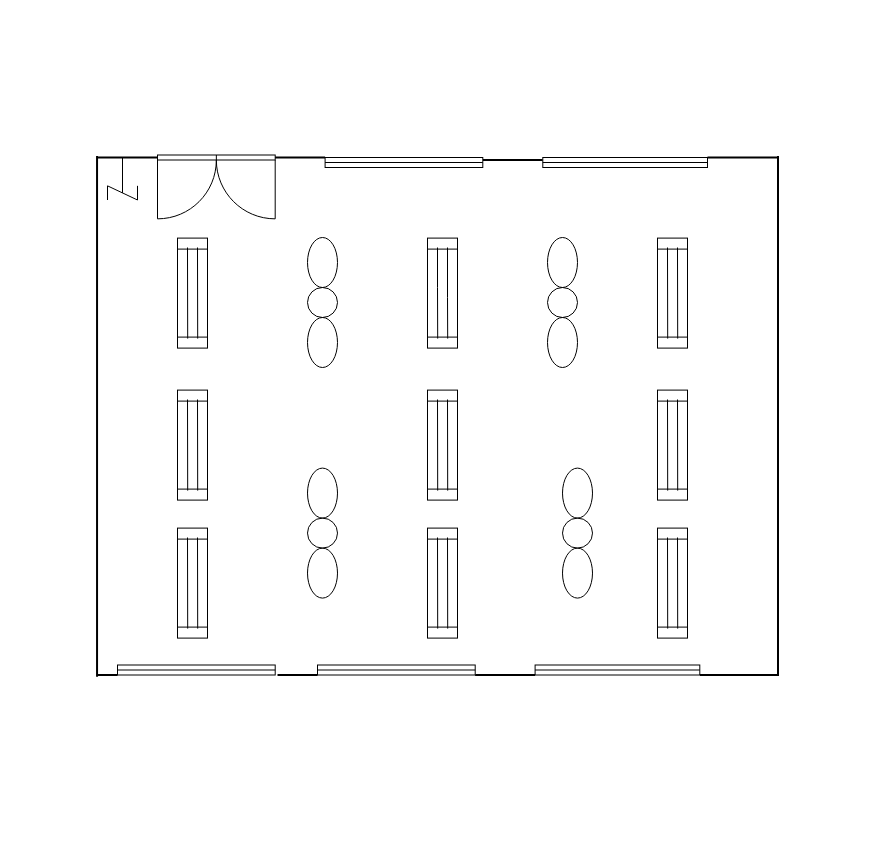
Above: page "Trang-1" (1 of 2) of Biểu đồ không có tiêu đề.drawio in minhminh2712/gi-i-thi-u-th-nh-vi-n (draw.io), before the change. Source tidied: cells renumbered, new cells numbered last; positions are measured from the earlier drawing's top-left corner, leaving out a move shared by most shapes. Both pictures are drawn from the tidied source at 100%, with x=0, y=0 at pixel (-164, 147).
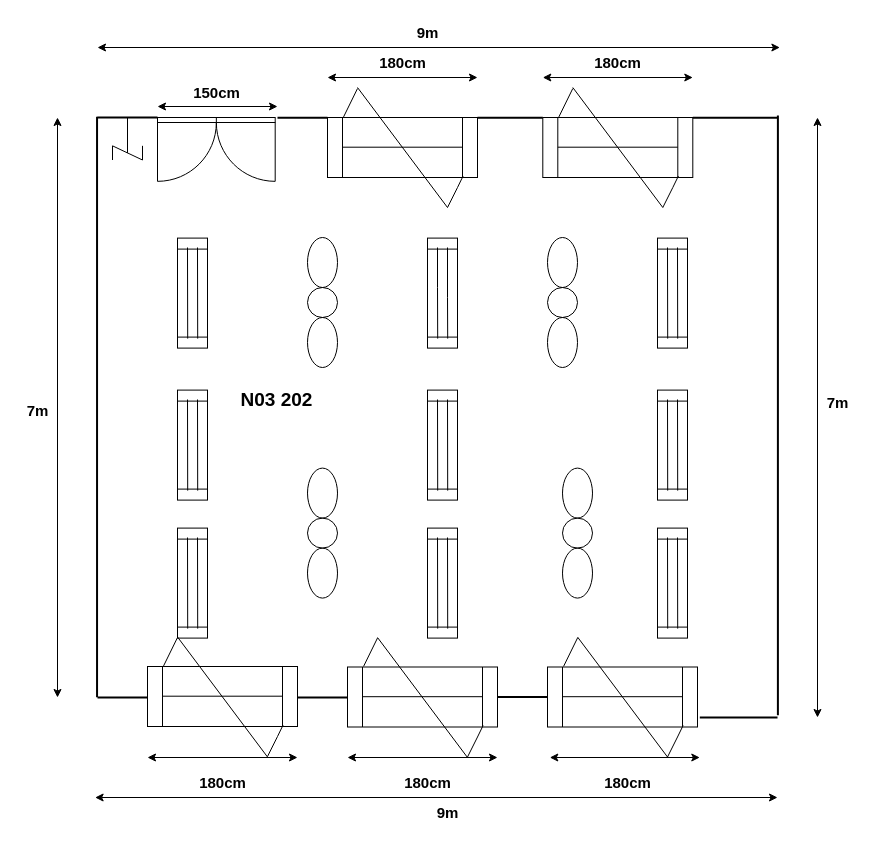
The same diagram, later.

Commit message:
khảo sát tốt nghiệp

The edit, as a diff of the source:
```diff
@@
     <mxCell id="3" style="verticalLabelPosition=bottom;html=1;verticalAlign=top;align=center;shape=mxgraph.floorplan.doorDouble;" parent="1" vertex="1">
-      <mxGeometry x="321" y="7.5" width="117.7" height="62.5" as="geometry" />
+      <mxGeometry x="321" y="-30" width="117.7" height="62.5" as="geometry" />
     </mxCell>
     <mxCell id="4" style="line;strokeWidth=2;html=1;" parent="1" vertex="1">
-      <mxGeometry x="438.6" width="50" height="20" as="geometry" />
+      <mxGeometry x="441" y="-39.8" width="50" height="20" as="geometry" />
     </mxCell>
     <mxCell id="5" style="line;strokeWidth=2;html=1;" parent="1" vertex="1">
-      <mxGeometry x="646.3" y="2.5" width="60" height="20" as="geometry" />
+      <mxGeometry x="641" y="-39.8" width="65.3" height="20" as="geometry" />
     </mxCell>
-    <mxCell id="6" style="verticalLabelPosition=bottom;html=1;verticalAlign=top;align=center;shape=mxgraph.floorplan.window;" parent="1" vertex="1">
-      <mxGeometry x="706.3" y="10" width="164.7" height="10" as="geometry" />
-    </mxCell>
     <mxCell id="7" style="line;strokeWidth=2;html=1;" parent="1" vertex="1">
-      <mxGeometry x="871" width="70" height="20" as="geometry" />
+      <mxGeometry x="856.3" y="-39.8" width="84.7" height="20" as="geometry" />
     </mxCell>
     <mxCell id="8" style="line;strokeWidth=2;html=1;rotation=90;" parent="1" vertex="1">
-      <mxGeometry x="681.5" y="258.4" width="520" height="20" as="geometry" />
+      <mxGeometry x="641.5" y="257.9" width="599.8" height="20" as="geometry" />
     </mxCell>
@@
     <mxCell id="13" style="line;strokeWidth=2;html=1;" parent="1" vertex="1">
-      <mxGeometry x="261" width="60" height="20" as="geometry" />
+      <mxGeometry x="261" y="-40" width="60" height="20" as="geometry" />
     </mxCell>
-    <mxCell id="14" style="verticalLabelPosition=bottom;html=1;verticalAlign=top;align=center;shape=mxgraph.floorplan.window;" parent="1" vertex="1">
-      <mxGeometry x="488.6" y="10" width="157.7" height="10" as="geometry" />
-    </mxCell>
     <mxCell id="15" style="line;strokeWidth=2;html=1;rotation=90;" parent="1" vertex="1">
-      <mxGeometry x="0.1" y="258.9" width="520.9" height="20" as="geometry" />
+      <mxGeometry x="-29.7" y="249.6" width="580.5" height="20" as="geometry" />
     </mxCell>
@@
-    <mxCell id="50" style="line;strokeWidth=2;html=1;" parent="1" vertex="1">
-      <mxGeometry x="638.6" y="517.5" width="60" height="20" as="geometry" />
-    </mxCell>
-    <mxCell id="51" style="verticalLabelPosition=bottom;html=1;verticalAlign=top;align=center;shape=mxgraph.floorplan.window;" parent="1" vertex="1">
-      <mxGeometry x="698.6" y="517.5" width="164.7" height="10" as="geometry" />
-    </mxCell>
-    <mxCell id="52" style="verticalLabelPosition=bottom;html=1;verticalAlign=top;align=center;shape=mxgraph.floorplan.window;" parent="1" vertex="1">
-      <mxGeometry x="481" y="517.5" width="157.7" height="10" as="geometry" />
-    </mxCell>
     <mxCell id="53" style="line;strokeWidth=2;html=1;" parent="1" vertex="1">
-      <mxGeometry x="863.4" y="517.5" width="77.7" height="20" as="geometry" />
+      <mxGeometry x="863.3" y="560" width="77.7" height="20" as="geometry" />
     </mxCell>
-    <mxCell id="54" style="verticalLabelPosition=bottom;html=1;verticalAlign=top;align=center;shape=mxgraph.floorplan.window;" parent="1" vertex="1">
-      <mxGeometry x="281" y="517.5" width="157.7" height="10" as="geometry" />
-    </mxCell>
-    <mxCell id="55" style="line;strokeWidth=2;html=1;" parent="1" vertex="1">
-      <mxGeometry x="441" y="517.5" width="40" height="20" as="geometry" />
-    </mxCell>
-    <mxCell id="56" style="line;strokeWidth=2;html=1;" parent="1" vertex="1">
-      <mxGeometry x="261" y="517.5" width="20" height="20" as="geometry" />
-    </mxCell>
     <mxCell id="57" style="shape=mxgraph.pid.agitators.agitator,_stirrer;html=1;align=center;verticalLabelPosition=bottom;verticalAlign=top;dashed=0;rotation=0;" parent="1" vertex="1">
-      <mxGeometry x="271" y="10" width="30" height="42.5" as="geometry" />
+      <mxGeometry x="276" y="-30" width="30" height="42.5" as="geometry" />
     </mxCell>
+    <mxCell id="58" style="shape=process;whiteSpace=wrap;html=1;backgroundOutline=1;fillColor=none;" parent="1" vertex="1">
+      <mxGeometry x="491" y="-30" width="150" height="60" as="geometry" />
+    </mxCell>
+    <mxCell id="59" style="endArrow=none;html=1;rounded=0;" parent="1" edge="1">
+      <mxGeometry relative="1" as="geometry">
+        <mxPoint x="626" y="-0.3" as="sourcePoint" />
+        <mxPoint x="506" y="-0.3" as="targetPoint" />
+      </mxGeometry>
+    </mxCell>
+    <mxCell id="60" style="endArrow=none;html=1;rounded=0;entryX=0.904;entryY=0.975;entryDx=0;entryDy=0;entryPerimeter=0;" parent="1" edge="1" target="58">
+      <mxGeometry relative="1" as="geometry">
+        <mxPoint x="611" y="60" as="sourcePoint" />
+        <Array as="points">
+          <mxPoint x="621" y="40" />
+        </Array>
+      </mxGeometry>
+    </mxCell>
+    <mxCell id="61" style="endArrow=none;html=1;rounded=0;exitX=0.107;exitY=-0.009;exitDx=0;exitDy=0;exitPerimeter=0;" parent="1" edge="1" source="58">
+      <mxGeometry relative="1" as="geometry">
+        <mxPoint x="521" y="-59" as="targetPoint" />
+        <Array as="points">
+          <mxPoint x="521" y="-59" />
+        </Array>
+      </mxGeometry>
+    </mxCell>
+    <mxCell id="62" style="endArrow=none;html=1;rounded=0;" parent="1" edge="1">
+      <mxGeometry relative="1" as="geometry">
+        <mxPoint x="521" y="-60" as="sourcePoint" />
+        <mxPoint x="611" y="60" as="targetPoint" />
+      </mxGeometry>
+    </mxCell>
+    <mxCell id="63" style="shape=process;whiteSpace=wrap;html=1;backgroundOutline=1;fillColor=none;" parent="1" vertex="1">
+      <mxGeometry x="706.3" y="-30" width="150" height="60" as="geometry" />
+    </mxCell>
+    <mxCell id="64" style="endArrow=none;html=1;rounded=0;" parent="1" edge="1">
+      <mxGeometry relative="1" as="geometry">
+        <mxPoint x="841.3" y="-0.3" as="sourcePoint" />
+        <mxPoint x="721.3" y="-0.3" as="targetPoint" />
+      </mxGeometry>
+    </mxCell>
+    <mxCell id="65" style="endArrow=none;html=1;rounded=0;entryX=0.904;entryY=0.975;entryDx=0;entryDy=0;entryPerimeter=0;" parent="1" edge="1" target="63">
+      <mxGeometry relative="1" as="geometry">
+        <mxPoint x="826.3" y="60" as="sourcePoint" />
+        <Array as="points">
+          <mxPoint x="836.3" y="40" />
+        </Array>
+      </mxGeometry>
+    </mxCell>
+    <mxCell id="66" style="endArrow=none;html=1;rounded=0;exitX=0.107;exitY=-0.009;exitDx=0;exitDy=0;exitPerimeter=0;" parent="1" edge="1" source="63">
+      <mxGeometry relative="1" as="geometry">
+        <mxPoint x="736.3" y="-59" as="targetPoint" />
+        <Array as="points">
+          <mxPoint x="736.3" y="-59" />
+        </Array>
+      </mxGeometry>
+    </mxCell>
+    <mxCell id="67" style="endArrow=none;html=1;rounded=0;" parent="1" edge="1">
+      <mxGeometry relative="1" as="geometry">
+        <mxPoint x="736.3" y="-60" as="sourcePoint" />
+        <mxPoint x="826.3" y="60" as="targetPoint" />
+      </mxGeometry>
+    </mxCell>
+    <mxCell id="68" style="shape=process;whiteSpace=wrap;html=1;backgroundOutline=1;fillColor=none;" parent="1" vertex="1">
+      <mxGeometry x="711" y="519.5" width="150" height="60" as="geometry" />
+    </mxCell>
+    <mxCell id="69" style="endArrow=none;html=1;rounded=0;" parent="1" edge="1">
+      <mxGeometry relative="1" as="geometry">
+        <mxPoint x="846" y="549.2" as="sourcePoint" />
+        <mxPoint x="726" y="549.2" as="targetPoint" />
+      </mxGeometry>
+    </mxCell>
+    <mxCell id="70" style="endArrow=none;html=1;rounded=0;entryX=0.904;entryY=0.975;entryDx=0;entryDy=0;entryPerimeter=0;" parent="1" edge="1" target="68">
+      <mxGeometry relative="1" as="geometry">
+        <mxPoint x="831" y="609.5" as="sourcePoint" />
+        <Array as="points">
+          <mxPoint x="841" y="589.5" />
+        </Array>
+      </mxGeometry>
+    </mxCell>
+    <mxCell id="71" style="endArrow=none;html=1;rounded=0;exitX=0.107;exitY=-0.009;exitDx=0;exitDy=0;exitPerimeter=0;" parent="1" edge="1" source="68">
+      <mxGeometry relative="1" as="geometry">
+        <mxPoint x="741" y="490.5" as="targetPoint" />
+        <Array as="points">
+          <mxPoint x="741" y="490.5" />
+        </Array>
+      </mxGeometry>
+    </mxCell>
+    <mxCell id="72" style="endArrow=none;html=1;rounded=0;" parent="1" edge="1">
+      <mxGeometry relative="1" as="geometry">
+        <mxPoint x="741" y="489.5" as="sourcePoint" />
+        <mxPoint x="831" y="609.5" as="targetPoint" />
+      </mxGeometry>
+    </mxCell>
+    <mxCell id="73" style="shape=process;whiteSpace=wrap;html=1;backgroundOutline=1;fillColor=none;" parent="1" vertex="1">
+      <mxGeometry x="511" y="519.5" width="150" height="60" as="geometry" />
+    </mxCell>
+    <mxCell id="74" style="endArrow=none;html=1;rounded=0;" parent="1" edge="1">
+      <mxGeometry relative="1" as="geometry">
+        <mxPoint x="646" y="549.2" as="sourcePoint" />
+        <mxPoint x="526" y="549.2" as="targetPoint" />
+      </mxGeometry>
+    </mxCell>
+    <mxCell id="75" style="endArrow=none;html=1;rounded=0;entryX=0.904;entryY=0.975;entryDx=0;entryDy=0;entryPerimeter=0;" parent="1" edge="1" target="73">
+      <mxGeometry relative="1" as="geometry">
+        <mxPoint x="631" y="609.5" as="sourcePoint" />
+        <Array as="points">
+          <mxPoint x="641" y="589.5" />
+        </Array>
+      </mxGeometry>
+    </mxCell>
+    <mxCell id="76" style="endArrow=none;html=1;rounded=0;exitX=0.107;exitY=-0.009;exitDx=0;exitDy=0;exitPerimeter=0;" parent="1" edge="1" source="73">
+      <mxGeometry relative="1" as="geometry">
+        <mxPoint x="541" y="490.5" as="targetPoint" />
+        <Array as="points">
+          <mxPoint x="541" y="490.5" />
+        </Array>
+      </mxGeometry>
+    </mxCell>
+    <mxCell id="77" style="endArrow=none;html=1;rounded=0;" parent="1" edge="1">
+      <mxGeometry relative="1" as="geometry">
+        <mxPoint x="541" y="490" as="sourcePoint" />
+        <mxPoint x="631" y="610" as="targetPoint" />
+      </mxGeometry>
+    </mxCell>
+    <mxCell id="78" style="shape=process;whiteSpace=wrap;html=1;backgroundOutline=1;fillColor=none;" parent="1" vertex="1">
+      <mxGeometry x="311" y="519" width="150" height="60" as="geometry" />
+    </mxCell>
+    <mxCell id="79" style="endArrow=none;html=1;rounded=0;" parent="1" edge="1">
+      <mxGeometry relative="1" as="geometry">
+        <mxPoint x="446" y="548.7" as="sourcePoint" />
+        <mxPoint x="326" y="548.7" as="targetPoint" />
+      </mxGeometry>
+    </mxCell>
+    <mxCell id="80" style="endArrow=none;html=1;rounded=0;entryX=0.904;entryY=0.975;entryDx=0;entryDy=0;entryPerimeter=0;" parent="1" edge="1" target="78">
+      <mxGeometry relative="1" as="geometry">
+        <mxPoint x="431" y="609" as="sourcePoint" />
+        <Array as="points">
+          <mxPoint x="441" y="589" />
+        </Array>
+      </mxGeometry>
+    </mxCell>
+    <mxCell id="81" style="endArrow=none;html=1;rounded=0;exitX=0.107;exitY=-0.009;exitDx=0;exitDy=0;exitPerimeter=0;" parent="1" edge="1" source="78">
+      <mxGeometry relative="1" as="geometry">
+        <mxPoint x="341" y="490" as="targetPoint" />
+        <Array as="points">
+          <mxPoint x="341" y="490" />
+        </Array>
+      </mxGeometry>
+    </mxCell>
+    <mxCell id="82" style="endArrow=none;html=1;rounded=0;" parent="1" edge="1">
+      <mxGeometry relative="1" as="geometry">
+        <mxPoint x="341" y="489.5" as="sourcePoint" />
+        <mxPoint x="431" y="609.5" as="targetPoint" />
+      </mxGeometry>
+    </mxCell>
+    <mxCell id="83" style="line;strokeWidth=2;html=1;" parent="1" vertex="1">
+      <mxGeometry x="661" y="539.5" width="50" height="20" as="geometry" />
+    </mxCell>
+    <mxCell id="84" style="line;strokeWidth=2;html=1;" parent="1" vertex="1">
+      <mxGeometry x="461" y="540" width="50" height="20" as="geometry" />
+    </mxCell>
+    <mxCell id="85" style="line;strokeWidth=2;html=1;" parent="1" vertex="1">
+      <mxGeometry x="261" y="540" width="50" height="20" as="geometry" />
+    </mxCell>
+    <mxCell id="86" style="endArrow=classic;startArrow=classic;html=1;rounded=0;" parent="1" edge="1">
+      <mxGeometry relative="1" as="geometry">
+        <mxPoint x="221" y="550" as="sourcePoint" />
+        <mxPoint x="221" y="-30" as="targetPoint" />
+      </mxGeometry>
+    </mxCell>
+    <mxCell id="87" value="7m" style="text;html=1;align=center;verticalAlign=middle;strokeColor=none;fillColor=none;strokeWidth=1;rounded=0;fontStyle=1;fontSize=15;" parent="1" vertex="1">
+      <mxGeometry x="181" y="247.9" width="40" height="30" as="geometry" />
+    </mxCell>
+    <mxCell id="88" style="endArrow=classic;startArrow=classic;html=1;rounded=0;" parent="1" edge="1">
+      <mxGeometry relative="1" as="geometry">
+        <mxPoint x="261" y="-100" as="sourcePoint" />
+        <mxPoint x="943.4" y="-100" as="targetPoint" />
+      </mxGeometry>
+    </mxCell>
+    <mxCell id="89" value="9m" style="text;html=1;align=center;verticalAlign=middle;strokeColor=none;fillColor=none;strokeWidth=1;rounded=0;fontStyle=1;fontSize=15;" parent="1" vertex="1">
+      <mxGeometry x="571" y="-130" width="40" height="30" as="geometry" />
+    </mxCell>
+    <mxCell id="90" style="endArrow=classic;startArrow=classic;html=1;rounded=0;" parent="1" edge="1">
+      <mxGeometry relative="1" as="geometry">
+        <mxPoint x="981" y="570" as="sourcePoint" />
+        <mxPoint x="981" y="-30" as="targetPoint" />
+      </mxGeometry>
+    </mxCell>
+    <mxCell id="91" value="7m" style="text;html=1;align=center;verticalAlign=middle;strokeColor=none;fillColor=none;strokeWidth=1;rounded=0;fontStyle=1;fontSize=15;" parent="1" vertex="1">
+      <mxGeometry x="981" y="239.6" width="40" height="30" as="geometry" />
+    </mxCell>
+    <mxCell id="92" style="endArrow=classic;startArrow=classic;html=1;rounded=0;" parent="1" edge="1">
+      <mxGeometry relative="1" as="geometry">
+        <mxPoint x="258.6" y="650" as="sourcePoint" />
+        <mxPoint x="941" y="650" as="targetPoint" />
+      </mxGeometry>
+    </mxCell>
+    <mxCell id="93" value="9m" style="text;html=1;align=center;verticalAlign=middle;strokeColor=none;fillColor=none;strokeWidth=1;rounded=0;fontStyle=1;fontSize=15;" parent="1" vertex="1">
+      <mxGeometry x="591" y="650" width="40" height="30" as="geometry" />
+    </mxCell>
+    <mxCell id="94" style="endArrow=classic;startArrow=classic;html=1;rounded=0;" parent="1" edge="1">
+      <mxGeometry relative="1" as="geometry">
+        <mxPoint x="311" y="610" as="sourcePoint" />
+        <mxPoint x="461" y="610" as="targetPoint" />
+      </mxGeometry>
+    </mxCell>
+    <mxCell id="95" value="180cm" style="text;html=1;align=center;verticalAlign=middle;strokeColor=none;fillColor=none;strokeWidth=1;rounded=0;fontStyle=1;fontSize=15;" parent="1" vertex="1">
+      <mxGeometry x="351" y="620" width="70" height="30" as="geometry" />
+    </mxCell>
+    <mxCell id="96" style="endArrow=classic;startArrow=classic;html=1;rounded=0;" parent="1" edge="1">
+      <mxGeometry relative="1" as="geometry">
+        <mxPoint x="511" y="610" as="sourcePoint" />
+        <mxPoint x="661" y="610" as="targetPoint" />
+      </mxGeometry>
+    </mxCell>
+    <mxCell id="97" style="endArrow=classic;startArrow=classic;html=1;rounded=0;" parent="1" edge="1">
+      <mxGeometry relative="1" as="geometry">
+        <mxPoint x="713.3" y="610" as="sourcePoint" />
+        <mxPoint x="863.3" y="610" as="targetPoint" />
+      </mxGeometry>
+    </mxCell>
+    <mxCell id="98" value="180cm" style="text;html=1;align=center;verticalAlign=middle;strokeColor=none;fillColor=none;strokeWidth=1;rounded=0;fontStyle=1;fontSize=15;" parent="1" vertex="1">
+      <mxGeometry x="556" y="620" width="70" height="30" as="geometry" />
+    </mxCell>
+    <mxCell id="99" value="180cm" style="text;html=1;align=center;verticalAlign=middle;strokeColor=none;fillColor=none;strokeWidth=1;rounded=0;fontStyle=1;fontSize=15;" parent="1" vertex="1">
+      <mxGeometry x="756" y="620" width="70" height="30" as="geometry" />
+    </mxCell>
+    <mxCell id="100" style="endArrow=classic;startArrow=classic;html=1;rounded=0;" parent="1" edge="1">
+      <mxGeometry relative="1" as="geometry">
+        <mxPoint x="491" y="-70" as="sourcePoint" />
+        <mxPoint x="641" y="-70" as="targetPoint" />
+      </mxGeometry>
+    </mxCell>
+    <mxCell id="101" value="180cm" style="text;html=1;align=center;verticalAlign=middle;strokeColor=none;fillColor=none;strokeWidth=1;rounded=0;fontStyle=1;fontSize=15;" parent="1" vertex="1">
+      <mxGeometry x="531" y="-100" width="70" height="30" as="geometry" />
+    </mxCell>
+    <mxCell id="102" style="endArrow=classic;startArrow=classic;html=1;rounded=0;" parent="1" edge="1">
+      <mxGeometry relative="1" as="geometry">
+        <mxPoint x="706.3" y="-70" as="sourcePoint" />
+        <mxPoint x="856.3" y="-70" as="targetPoint" />
+      </mxGeometry>
+    </mxCell>
+    <mxCell id="103" value="180cm" style="text;html=1;align=center;verticalAlign=middle;strokeColor=none;fillColor=none;strokeWidth=1;rounded=0;fontStyle=1;fontSize=15;" parent="1" vertex="1">
+      <mxGeometry x="746.3" y="-100" width="70" height="30" as="geometry" />
+    </mxCell>
+    <mxCell id="104" style="endArrow=classic;startArrow=classic;html=1;rounded=0;" parent="1" edge="1">
+      <mxGeometry relative="1" as="geometry">
+        <mxPoint x="321" y="-41" as="sourcePoint" />
+        <mxPoint x="441" y="-41" as="targetPoint" />
+      </mxGeometry>
+    </mxCell>
+    <mxCell id="105" value="150cm" style="text;html=1;align=center;verticalAlign=middle;strokeColor=none;fillColor=none;strokeWidth=1;rounded=0;fontStyle=1;fontSize=15;" parent="1" vertex="1">
+      <mxGeometry x="344.8" y="-69.8" width="70" height="30" as="geometry" />
+    </mxCell>
+    <mxCell id="106" value="N03 202" style="text;html=1;align=center;verticalAlign=middle;strokeColor=none;fillColor=none;fontStyle=1;fontSize=19;" parent="1" vertex="1">
+      <mxGeometry x="390.3" y="233" width="100" height="40" as="geometry" />
+    </mxCell>
```
